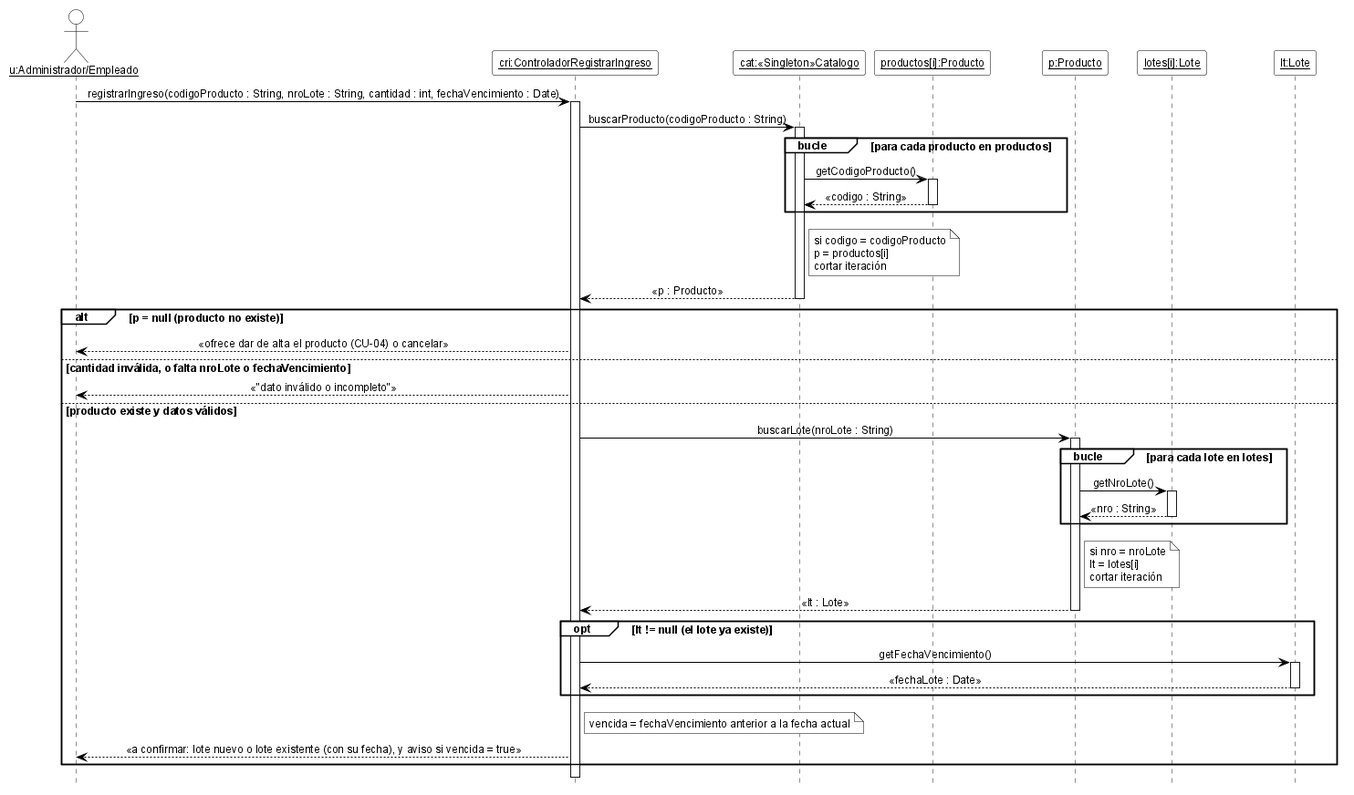
Before: 08-Diagrama De Secuencia/DSD_CU-05_registrarIngreso.png, a diagram exported from PlantUML (cirotop/Stock-Project).
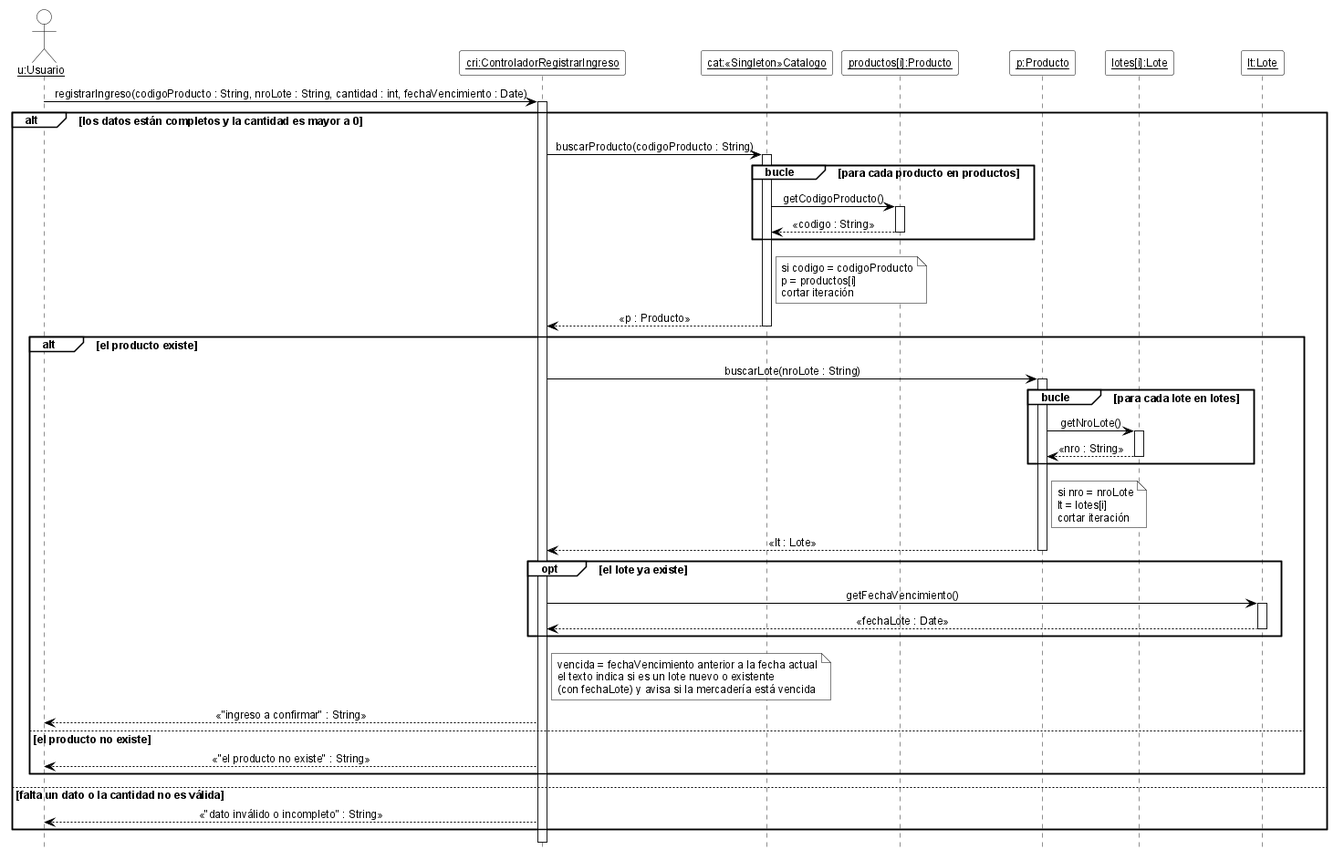
The same file after the commit.

What changed in the source:
```diff
@@ -19,7 +19,7 @@
 skinparam NoteBackgroundColor white
 skinparam NoteBorderColor black
 
-actor "<u>u:Administrador/Empleado</u>" as u
+actor "<u>u:Usuario</u>" as u
 participant "<u>cri:ControladorRegistrarIngreso</u>" as cri
 participant "<u>cat:«Singleton»Catalogo</u>" as cat
 participant "<u>productos[i]:Producto</u>" as pi
@@ -28,39 +28,45 @@
 participant "<u>lt:Lote</u>" as lt
 
 u -> cri ++ : registrarIngreso(codigoProducto : String, nroLote : String, cantidad : int, fechaVencimiento : Date)
-cri -> cat ++ : buscarProducto(codigoProducto : String)
-group bucle [para cada producto en productos]
-  cat -> pi ++ : getCodigoProducto()
-  pi --> cat -- : «codigo : String»
-end
-note right of cat
-  si codigo = codigoProducto
-  p = productos[i]
-  cortar iteración
-end note
-cat --> cri -- : «p : Producto»
-alt p = null (producto no existe)
-  cri --> u : «ofrece dar de alta el producto (CU-04) o cancelar»
-else cantidad inválida, o falta nroLote o fechaVencimiento
-  cri --> u : «"dato inválido o incompleto"»
-else producto existe y datos válidos
-  cri -> p ++ : buscarLote(nroLote : String)
-  group bucle [para cada lote en lotes]
-    p -> li ++ : getNroLote()
-    li --> p -- : «nro : String»
+alt los datos están completos y la cantidad es mayor a 0
+  cri -> cat ++ : buscarProducto(codigoProducto : String)
+  group bucle [para cada producto en productos]
+    cat -> pi ++ : getCodigoProducto()
+    pi --> cat -- : «codigo : String»
   end
-  note right of p
-    si nro = nroLote
-    lt = lotes[i]
+  note right of cat
+    si codigo = codigoProducto
+    p = productos[i]
     cortar iteración
   end note
-  p --> cri -- : «lt : Lote»
-  opt lt != null (el lote ya existe)
-    cri -> lt ++ : getFechaVencimiento()
-    lt --> cri -- : «fechaLote : Date»
+  cat --> cri -- : «p : Producto»
+  alt el producto existe
+    cri -> p ++ : buscarLote(nroLote : String)
+    group bucle [para cada lote en lotes]
+      p -> li ++ : getNroLote()
+      li --> p -- : «nro : String»
+    end
+    note right of p
+      si nro = nroLote
+      lt = lotes[i]
+      cortar iteración
+    end note
+    p --> cri -- : «lt : Lote»
+    opt el lote ya existe
+      cri -> lt ++ : getFechaVencimiento()
+      lt --> cri -- : «fechaLote : Date»
+    end
+    note right of cri
+      vencida = fechaVencimiento anterior a la fecha actual
+      el texto indica si es un lote nuevo o existente
+      (con fechaLote) y avisa si la mercadería está vencida
+    end note
+    cri --> u : «"ingreso a confirmar" : String»
+  else el producto no existe
+    cri --> u : «"el producto no existe" : String»
   end
-  note right of cri : vencida = fechaVencimiento anterior a la fecha actual
-  cri --> u : «a confirmar: lote nuevo o lote existente (con su fecha), y aviso si vencida = true»
+else falta un dato o la cantidad no es válida
+  cri --> u : «"dato inválido o incompleto" : String»
 end
 deactivate cri
 
```
